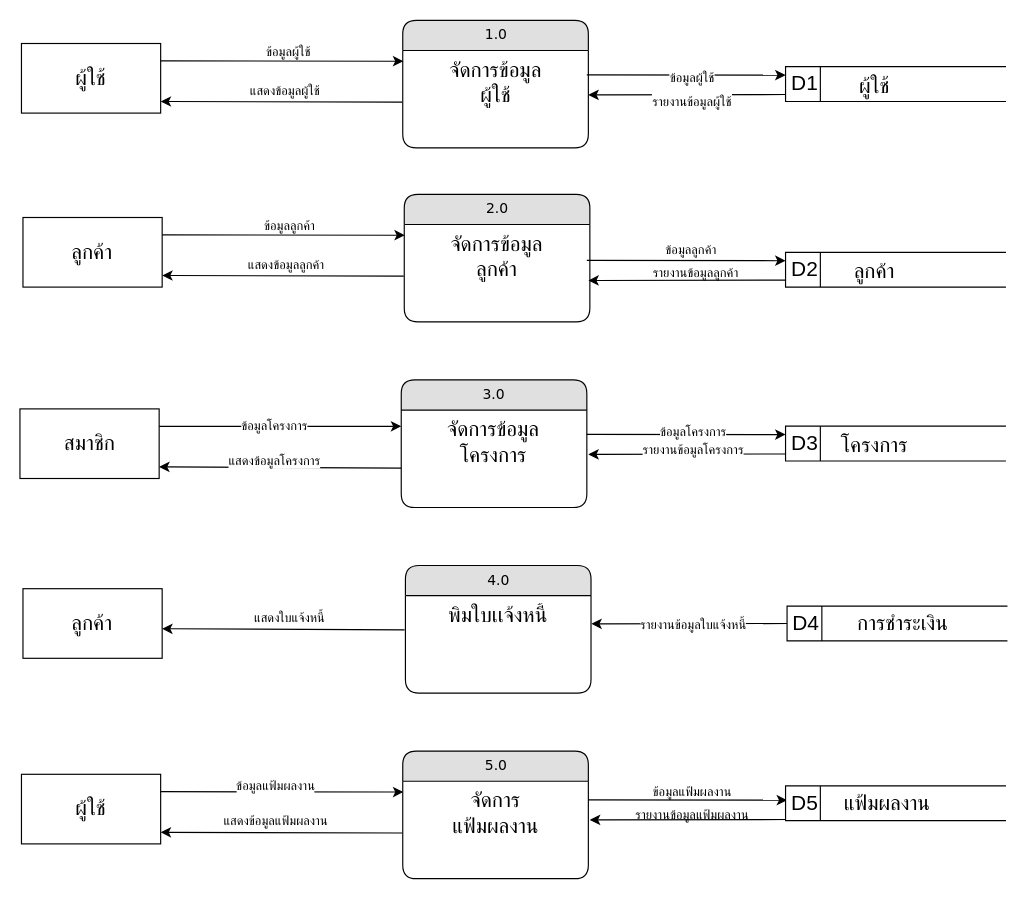
Above: dataflow-pms-process1.drawio in NewSnooker/it-udvc-pms (draw.io), before the change. Source tidied: cells renumbered, new cells numbered last; positions are measured from the earlier drawing's top-left corner, leaving out a move shared by most shapes. Both pictures are drawn from the tidied source at 116%, with x=0, y=0 at pixel (20, 20).
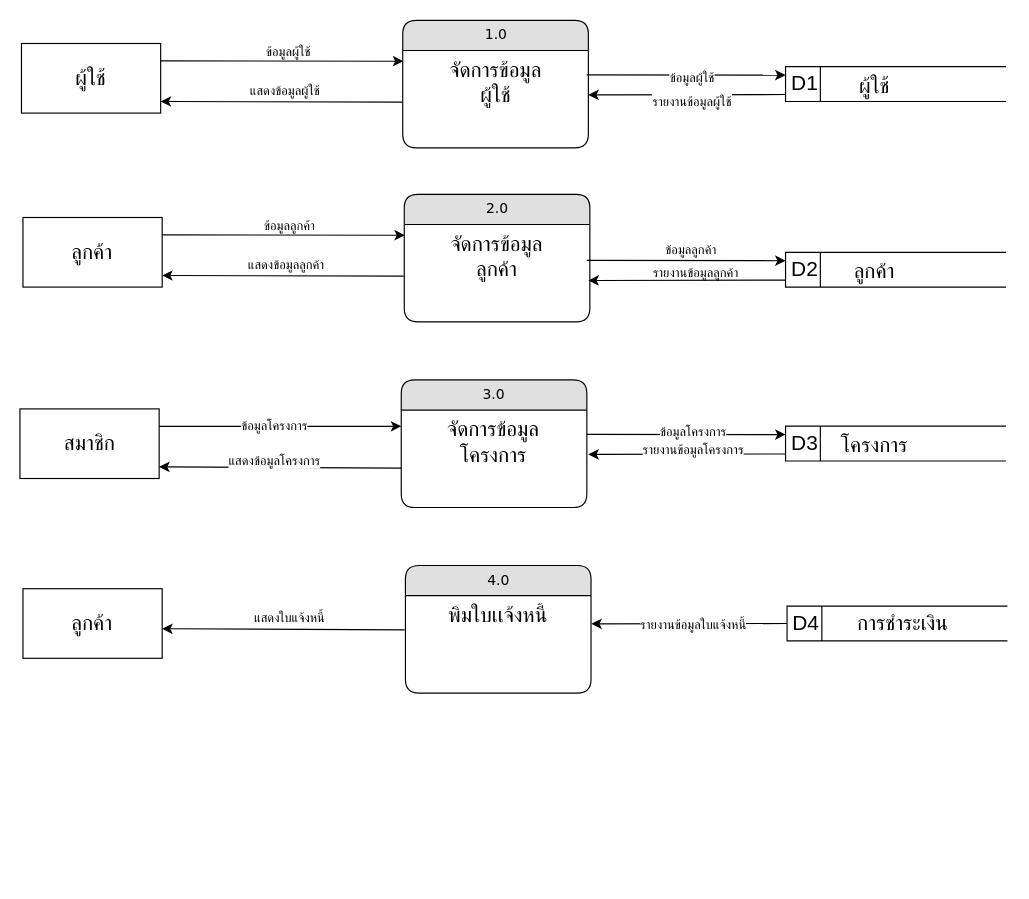
After the change.

Unchanged cells that the change refers to:
```xml
<mxCell id="33" style="endArrow=classic;html=1;rounded=0;exitX=-0.003;exitY=0.826;exitDx=0;exitDy=0;entryX=1;entryY=0.833;entryDx=0;entryDy=0;entryPerimeter=0;exitPerimeter=0;" parent="1" edge="1">
  <mxGeometry relative="1" as="geometry">
    <mxPoint x="331.3" y="525.5" as="sourcePoint" />
    <mxPoint x="122.3" y="524.5" as="targetPoint" />
  </mxGeometry>
</mxCell>
```

What changed in the source:
```diff
@@
-    <mxCell id="28" value="5.0" style="swimlane;html=1;fontStyle=0;horizontal=1;startSize=26;fillColor=#e0e0e0;swimlaneFillColor=#ffffff;align=center;rounded=1;shadow=0;comic=0;labelBackgroundColor=none;strokeWidth=1;fontFamily=Verdana;fontSize=12;" parent="1" vertex="1">
-      <mxGeometry x="329.7" y="630" width="160" height="110" as="geometry" />
-    </mxCell>
-    <mxCell id="29" value="&lt;span style=&quot;font-size: 18px;&quot;&gt;จัดการ&lt;/span&gt;&lt;div&gt;&lt;span style=&quot;font-size: 18px;&quot;&gt;แฟ้มผลงาน&lt;/span&gt;&lt;/div&gt;" style="text;html=1;strokeColor=none;fillColor=none;spacingLeft=4;spacingRight=4;whiteSpace=wrap;overflow=hidden;align=center;" parent="28" vertex="1">
-      <mxGeometry y="26" width="160" height="54" as="geometry" />
-    </mxCell>
-    <mxCell id="30" value="&lt;span style=&quot;font-size: 18px; text-wrap-mode: nowrap;&quot;&gt;ผู้ใช้&lt;/span&gt;" style="rounded=0;whiteSpace=wrap;html=1;" parent="1" vertex="1">
-      <mxGeometry x="1" y="650" width="120" height="60" as="geometry" />
-    </mxCell>
-    <mxCell id="31" style="endArrow=classic;html=1;rounded=0;exitX=1;exitY=0.25;exitDx=0;exitDy=0;entryX=0.003;entryY=0.172;entryDx=0;entryDy=0;entryPerimeter=0;" parent="1" edge="1" source="30">
-      <mxGeometry relative="1" as="geometry">
-        <mxPoint x="330.2" y="665.3" as="targetPoint" />
-      </mxGeometry>
-    </mxCell>
-    <mxCell id="32" style="endArrow=classic;html=1;rounded=0;exitX=-0.003;exitY=0.826;exitDx=0;exitDy=0;entryX=1;entryY=0.833;entryDx=0;entryDy=0;entryPerimeter=0;exitPerimeter=0;" parent="1" edge="1" target="30">
-      <mxGeometry relative="1" as="geometry">
-        <mxPoint x="329.2" y="700.6" as="sourcePoint" />
-      </mxGeometry>
-    </mxCell>
@@
-    <mxCell id="42" value="ข้อมูลแฟ้มผลงาน" style="edgeLabel;html=1;align=center;verticalAlign=middle;" parent="33" vertex="1">
-      <mxGeometry x="0.07" y="-2" relative="1" as="geometry">
-        <mxPoint x="359" y="142" as="offset" />
-      </mxGeometry>
-    </mxCell>
-    <mxCell id="43" value="รายงานข้อมูลแฟ้มผลงาน" style="edgeLabel;html=1;align=center;verticalAlign=middle;" parent="33" vertex="1">
-      <mxGeometry x="0.07" y="-2" relative="1" as="geometry">
-        <mxPoint x="359" y="162" as="offset" />
-      </mxGeometry>
-    </mxCell>
-    <mxCell id="44" value="ข้อมูลแฟ้มผลงาน" style="edgeLabel;html=1;align=center;verticalAlign=middle;" parent="33" vertex="1">
-      <mxGeometry x="0.07" y="-2" relative="1" as="geometry">
-        <mxPoint y="137" as="offset" />
-      </mxGeometry>
-    </mxCell>
-    <mxCell id="45" value="แสดงข้อมูลแฟ้มผลงาน" style="edgeLabel;html=1;align=center;verticalAlign=middle;" parent="33" vertex="1">
-      <mxGeometry x="0.07" y="-2" relative="1" as="geometry">
-        <mxPoint y="167" as="offset" />
-      </mxGeometry>
-    </mxCell>
@@
-    <mxCell id="51" style="endArrow=classic;html=1;rounded=0;exitX=0.992;exitY=0.389;exitDx=0;exitDy=0;exitPerimeter=0;entryX=0;entryY=0.242;entryDx=0;entryDy=0;entryPerimeter=0;" parent="1" edge="1">
-      <mxGeometry relative="1" as="geometry">
-        <mxPoint x="489.7" y="672" as="sourcePoint" />
-        <mxPoint x="661" y="672.3" as="targetPoint" />
-      </mxGeometry>
-    </mxCell>
-    <mxCell id="52" style="endArrow=classic;html=1;rounded=0;exitX=-0.001;exitY=0.799;exitDx=0;exitDy=0;exitPerimeter=0;entryX=1;entryY=0.709;entryDx=0;entryDy=0;entryPerimeter=0;" parent="1" edge="1">
-      <mxGeometry relative="1" as="geometry">
-        <mxPoint x="660.8" y="689" as="sourcePoint" />
-        <mxPoint x="491" y="689.3" as="targetPoint" />
-      </mxGeometry>
-    </mxCell>
-    <mxCell id="53" style="group;" parent="1" vertex="1">
-      <mxGeometry x="659.7" y="660" width="190" height="30" as="geometry" />
-    </mxCell>
-    <mxCell id="54" value="&lt;font style=&quot;font-size: 18px;&quot;&gt;D5&lt;/font&gt;" style="html=1;dashed=0;whiteSpace=wrap;shape=mxgraph.dfd.dataStoreID;align=left;spacingLeft=3;" parent="53" vertex="1">
-      <mxGeometry width="190" height="30" as="geometry" />
-    </mxCell>
-    <mxCell id="55" value="&lt;div&gt;&lt;span style=&quot;font-size: 18px;&quot;&gt;แฟ้มผลงาน&lt;/span&gt;&lt;/div&gt;" style="text;strokeColor=none;align=center;fillColor=none;html=1;verticalAlign=middle;whiteSpace=wrap;rounded=0;" parent="53" vertex="1">
-      <mxGeometry x="35" width="105" height="30" as="geometry" />
-    </mxCell>
```
